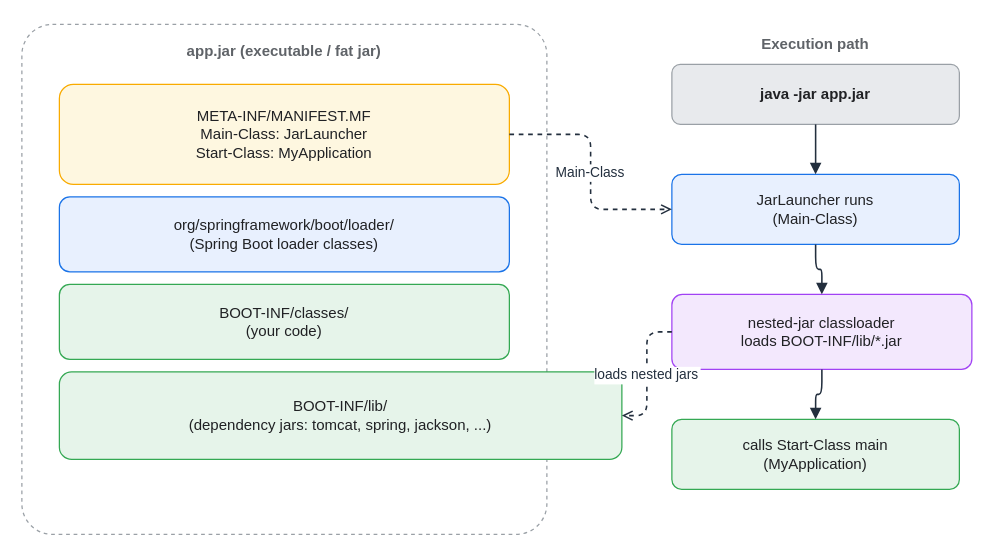
This is assets/img/spring/spring-08-fatjar-layout.drawio from KKamJi98/kkamji98.github.io, a draw.io file, before an edit. Source tidied: cells renumbered, new cells numbered last; positions are measured from the earlier drawing's top-left corner, leaving out a move shared by most shapes. Both pictures are drawn from the tidied source at 125%, with x=0, y=0 at pixel (21, 21).
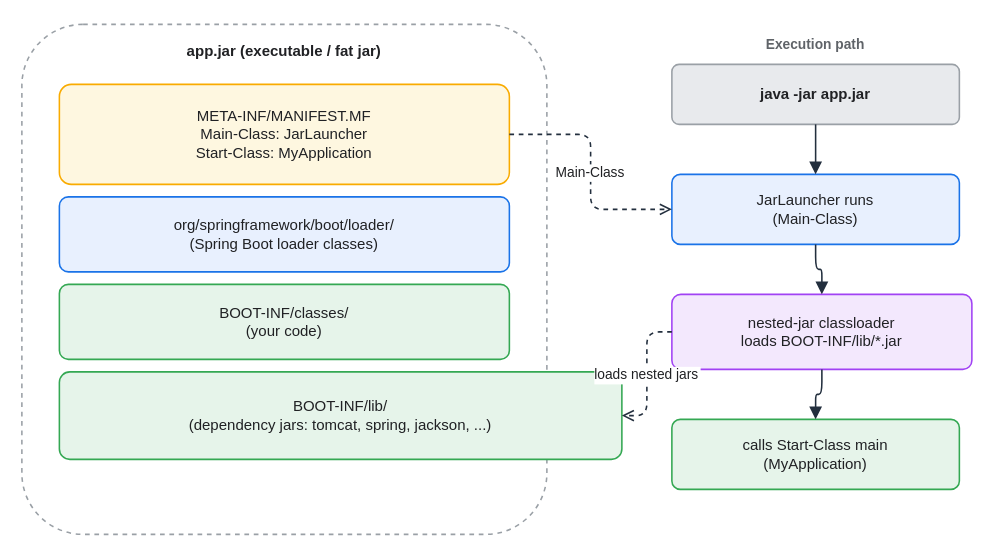
Above is the later version.

The edit, as a diff of the source:
```diff
@@
 <mxGraphModel background="#FFFFFF">
   <root>
     <mxCell id="0" />
     <mxCell id="1" parent="0" />
-    <mxCell id="2" value="app.jar (executable / fat jar)" style="rounded=1;whiteSpace=wrap;html=0;arcSize=6;shadow=0;fillColor=#FFFFFF;strokeColor=#9AA0A6;fontColor=#5F6368;fontStyle=1;verticalAlign=top;align=center;dashed=1;spacingTop=8;" parent="1" vertex="1">
+    <mxCell id="2" value="app.jar (executable / fat jar)" style="rounded=1;whiteSpace=wrap;html=0;arcSize=12;shadow=0;fillColor=#FFFFFF;strokeColor=#9AA0A6;fontColor=#202124;fontStyle=1;verticalAlign=top;align=center;dashed=1;spacingTop=8;strokeWidth=1.25;" parent="1" vertex="1">
       <mxGeometry y="2" width="420" height="408" as="geometry" />
     </mxCell>
-    <mxCell id="3" value="META-INF/MANIFEST.MF&#10;Main-Class: JarLauncher&#10;Start-Class: MyApplication" style="rounded=1;whiteSpace=wrap;html=0;arcSize=14;shadow=0;fillColor=#FEF7E0;strokeColor=#F9AB00;fontColor=#202124;" parent="1" vertex="1">
+    <mxCell id="3" value="META-INF/MANIFEST.MF&#10;Main-Class: JarLauncher&#10;Start-Class: MyApplication" style="rounded=1;whiteSpace=wrap;html=0;arcSize=12;shadow=0;fillColor=#FEF7E0;strokeColor=#F9AB00;fontColor=#202124;strokeWidth=1.25;" parent="1" vertex="1">
       <mxGeometry x="30" y="50" width="360" height="80" as="geometry" />
     </mxCell>
-    <mxCell id="4" value="org/springframework/boot/loader/&#10;(Spring Boot loader classes)" style="rounded=1;whiteSpace=wrap;html=0;arcSize=14;shadow=0;fillColor=#E8F0FE;strokeColor=#1A73E8;fontColor=#202124;" parent="1" vertex="1">
+    <mxCell id="4" value="org/springframework/boot/loader/&#10;(Spring Boot loader classes)" style="rounded=1;whiteSpace=wrap;html=0;arcSize=12;shadow=0;fillColor=#E8F0FE;strokeColor=#1A73E8;fontColor=#202124;strokeWidth=1.25;" parent="1" vertex="1">
       <mxGeometry x="30" y="140" width="360" height="60" as="geometry" />
     </mxCell>
-    <mxCell id="5" value="BOOT-INF/classes/&#10;(your code)" style="rounded=1;whiteSpace=wrap;html=0;arcSize=14;shadow=0;fillColor=#E6F4EA;strokeColor=#34A853;fontColor=#202124;" parent="1" vertex="1">
+    <mxCell id="5" value="BOOT-INF/classes/&#10;(your code)" style="rounded=1;whiteSpace=wrap;html=0;arcSize=12;shadow=0;fillColor=#E6F4EA;strokeColor=#34A853;fontColor=#202124;strokeWidth=1.25;" parent="1" vertex="1">
       <mxGeometry x="30" y="210" width="360" height="60" as="geometry" />
     </mxCell>
-    <mxCell id="6" value="BOOT-INF/lib/&#10;(dependency jars: tomcat, spring, jackson, ...)" style="rounded=1;whiteSpace=wrap;html=0;arcSize=14;shadow=0;fillColor=#E6F4EA;strokeColor=#34A853;fontColor=#202124;" parent="1" vertex="1">
+    <mxCell id="6" value="BOOT-INF/lib/&#10;(dependency jars: tomcat, spring, jackson, ...)" style="rounded=1;whiteSpace=wrap;html=0;arcSize=12;shadow=0;fillColor=#E6F4EA;strokeColor=#34A853;fontColor=#202124;strokeWidth=1.25;" parent="1" vertex="1">
       <mxGeometry x="30" y="280" width="450" height="70" as="geometry" />
     </mxCell>
-    <mxCell id="7" value="Execution path" style="text;html=0;align=center;verticalAlign=middle;fontSize=12;fontStyle=1;fontColor=#5F6368;" parent="1" vertex="1">
+    <mxCell id="7" value="Execution path" style="text;html=0;align=center;verticalAlign=middle;fontSize=11;fontStyle=1;fontColor=#5F6368;" parent="1" vertex="1">
       <mxGeometry x="520" width="230" height="35" as="geometry" />
     </mxCell>
-    <mxCell id="8" value="java -jar app.jar" style="rounded=1;whiteSpace=wrap;html=0;arcSize=14;shadow=0;fillColor=#E8EAED;strokeColor=#9AA0A6;fontColor=#202124;fontStyle=1;" parent="1" vertex="1">
+    <mxCell id="8" value="java -jar app.jar" style="rounded=1;whiteSpace=wrap;html=0;arcSize=12;shadow=0;fillColor=#E8EAED;strokeColor=#9AA0A6;fontColor=#202124;fontStyle=1;strokeWidth=1.25;" parent="1" vertex="1">
       <mxGeometry x="520" y="34" width="230" height="48" as="geometry" />
     </mxCell>
-    <mxCell id="9" value="JarLauncher runs&#10;(Main-Class)" style="rounded=1;whiteSpace=wrap;html=0;arcSize=14;shadow=0;fillColor=#E8F0FE;strokeColor=#1A73E8;fontColor=#202124;" parent="1" vertex="1">
+    <mxCell id="9" value="JarLauncher runs&#10;(Main-Class)" style="rounded=1;whiteSpace=wrap;html=0;arcSize=12;shadow=0;fillColor=#E8F0FE;strokeColor=#1A73E8;fontColor=#202124;strokeWidth=1.25;" parent="1" vertex="1">
       <mxGeometry x="520" y="122" width="230" height="56" as="geometry" />
     </mxCell>
-    <mxCell id="10" value="nested-jar classloader&#10;loads BOOT-INF/lib/*.jar" style="rounded=1;whiteSpace=wrap;html=0;arcSize=14;shadow=0;fillColor=#F3E8FD;strokeColor=#A142F4;fontColor=#202124;" parent="1" vertex="1">
+    <mxCell id="10" value="nested-jar classloader&#10;loads BOOT-INF/lib/*.jar" style="rounded=1;whiteSpace=wrap;html=0;arcSize=12;shadow=0;fillColor=#F3E8FD;strokeColor=#A142F4;fontColor=#202124;strokeWidth=1.25;" parent="1" vertex="1">
       <mxGeometry x="520" y="218" width="240" height="60" as="geometry" />
     </mxCell>
-    <mxCell id="11" value="calls Start-Class main&#10;(MyApplication)" style="rounded=1;whiteSpace=wrap;html=0;arcSize=14;shadow=0;fillColor=#E6F4EA;strokeColor=#34A853;fontColor=#202124;" parent="1" vertex="1">
+    <mxCell id="11" value="calls Start-Class main&#10;(MyApplication)" style="rounded=1;whiteSpace=wrap;html=0;arcSize=12;shadow=0;fillColor=#E6F4EA;strokeColor=#34A853;fontColor=#202124;strokeWidth=1.25;" parent="1" vertex="1">
       <mxGeometry x="520" y="318" width="230" height="56" as="geometry" />
     </mxCell>
-    <mxCell id="12" style="edgeStyle=orthogonalEdgeStyle;rounded=1;html=0;strokeColor=#232F3E;fontColor=#232F3E;labelBackgroundColor=none;endArrow=block;exitX=0.5;exitY=1;exitDx=0;exitDy=0;entryX=0.5;entryY=0;entryDx=0;entryDy=0;strokeWidth=1.25;" parent="1" edge="1" source="8" target="9">
+    <mxCell id="12" style="edgeStyle=orthogonalEdgeStyle;rounded=1;html=0;strokeColor=#232F3E;fontColor=#202124;labelBackgroundColor=none;endArrow=block;exitX=0.5;exitY=1;exitDx=0;exitDy=0;entryX=0.5;entryY=0;entryDx=0;entryDy=0;strokeWidth=1.25;endSize=7;" parent="1" edge="1" source="8" target="9">
       <mxGeometry relative="1" as="geometry" />
     </mxCell>
-    <mxCell id="13" style="edgeStyle=orthogonalEdgeStyle;rounded=1;html=0;strokeColor=#232F3E;fontColor=#232F3E;labelBackgroundColor=none;endArrow=block;exitX=0.5;exitY=1;exitDx=0;exitDy=0;entryX=0.5;entryY=0;entryDx=0;entryDy=0;strokeWidth=1.25;" parent="1" edge="1" source="9" target="10">
+    <mxCell id="13" style="edgeStyle=orthogonalEdgeStyle;rounded=1;html=0;strokeColor=#232F3E;fontColor=#202124;labelBackgroundColor=none;endArrow=block;exitX=0.5;exitY=1;exitDx=0;exitDy=0;entryX=0.5;entryY=0;entryDx=0;entryDy=0;strokeWidth=1.25;endSize=7;" parent="1" edge="1" source="9" target="10">
       <mxGeometry relative="1" as="geometry" />
     </mxCell>
-    <mxCell id="14" style="edgeStyle=orthogonalEdgeStyle;rounded=1;html=0;strokeColor=#232F3E;fontColor=#232F3E;labelBackgroundColor=none;endArrow=block;exitX=0.5;exitY=1;exitDx=0;exitDy=0;entryX=0.5;entryY=0;entryDx=0;entryDy=0;strokeWidth=1.25;" parent="1" edge="1" source="10" target="11">
+    <mxCell id="14" style="edgeStyle=orthogonalEdgeStyle;rounded=1;html=0;strokeColor=#232F3E;fontColor=#202124;labelBackgroundColor=none;endArrow=block;exitX=0.5;exitY=1;exitDx=0;exitDy=0;entryX=0.5;entryY=0;entryDx=0;entryDy=0;strokeWidth=1.25;endSize=7;" parent="1" edge="1" source="10" target="11">
       <mxGeometry relative="1" as="geometry" />
     </mxCell>
-    <mxCell id="15" value="Main-Class" style="edgeStyle=orthogonalEdgeStyle;rounded=1;html=0;dashed=1;fontColor=#232F3E;strokeColor=#232F3E;labelBackgroundColor=#FFFFFF;endArrow=open;endSize=6;exitX=1;exitY=0.5;exitDx=0;exitDy=0;entryX=0;entryY=0.5;entryDx=0;entryDy=0;strokeWidth=1.25;" parent="1" edge="1" source="3" target="9">
+    <mxCell id="15" value="Main-Class" style="edgeStyle=orthogonalEdgeStyle;rounded=1;html=0;dashed=1;fontColor=#202124;strokeColor=#232F3E;labelBackgroundColor=#FFFFFF;endArrow=open;endSize=7;exitX=1;exitY=0.5;exitDx=0;exitDy=0;entryX=0;entryY=0.5;entryDx=0;entryDy=0;strokeWidth=1.25;" parent="1" edge="1" source="3" target="9">
       <mxGeometry relative="1" as="geometry" />
     </mxCell>
-    <mxCell id="16" value="loads nested jars" style="edgeStyle=orthogonalEdgeStyle;rounded=1;html=0;dashed=1;fontColor=#232F3E;strokeColor=#232F3E;labelBackgroundColor=#FFFFFF;endArrow=open;endSize=6;exitX=0;exitY=0.5;exitDx=0;exitDy=0;entryX=1;entryY=0.5;entryDx=0;entryDy=0;strokeWidth=1.25;" parent="1" edge="1" source="10" target="6">
+    <mxCell id="16" value="loads nested jars" style="edgeStyle=orthogonalEdgeStyle;rounded=1;html=0;dashed=1;fontColor=#202124;strokeColor=#232F3E;labelBackgroundColor=#FFFFFF;endArrow=open;endSize=7;exitX=0;exitY=0.5;exitDx=0;exitDy=0;entryX=1;entryY=0.5;entryDx=0;entryDy=0;strokeWidth=1.25;" parent="1" edge="1" source="10" target="6">
       <mxGeometry relative="1" as="geometry" />
     </mxCell>
   </root>
 </mxGraphModel>
```
